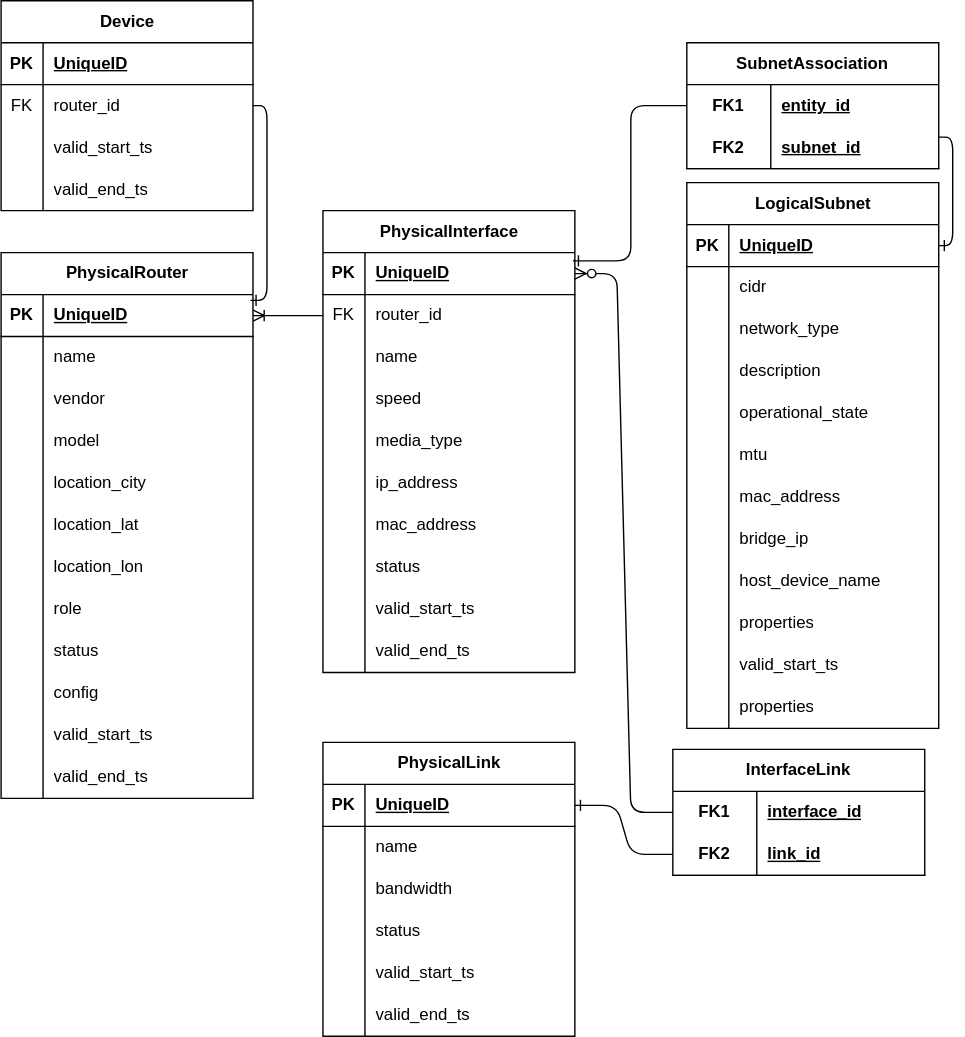
Earlier version of the draw.io export docs/drawings/spanner/physical-schema.drawio.svg (matteote/gnnsandbox-twindq-bench). Source tidied: cells renumbered, new cells last; positions are measured from the earlier drawing's top-left corner, leaving out a move shared by most shapes.
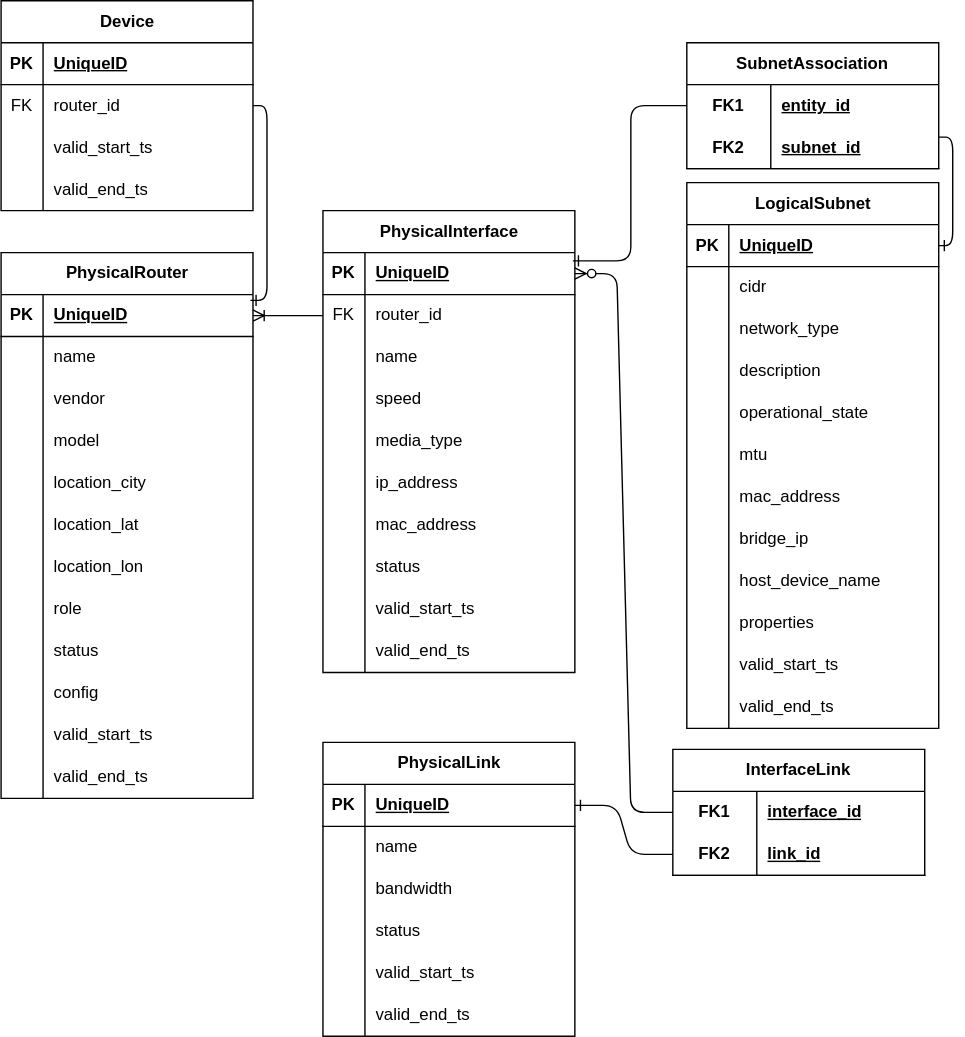
After the change.

What changed in the source:
```diff
@@ -314,7 +314,7 @@
     <mxCell id="105" style="shape=partialRectangle;fillColor=none;top=0;left=0;bottom=0;right=0;overflow=hidden;whiteSpace=wrap;html=1;" parent="104" vertex="1">
       <mxGeometry width="30" height="30" as="geometry" />
     </mxCell>
-    <mxCell id="106" value="properties" style="shape=partialRectangle;fillColor=none;top=0;left=0;bottom=0;right=0;align=left;spacingLeft=6;overflow=hidden;whiteSpace=wrap;html=1;" parent="104" vertex="1">
+    <mxCell id="106" value="valid_end_ts" style="shape=partialRectangle;fillColor=none;top=0;left=0;bottom=0;right=0;align=left;spacingLeft=6;overflow=hidden;whiteSpace=wrap;html=1;" parent="104" vertex="1">
       <mxGeometry x="30" width="150" height="30" as="geometry" />
     </mxCell>
     <mxCell id="107" value="PhysicalLink" style="shape=table;startSize=30;rowLines=0;fontStyle=1;align=center;html=1;" parent="1" vertex="1">
```
